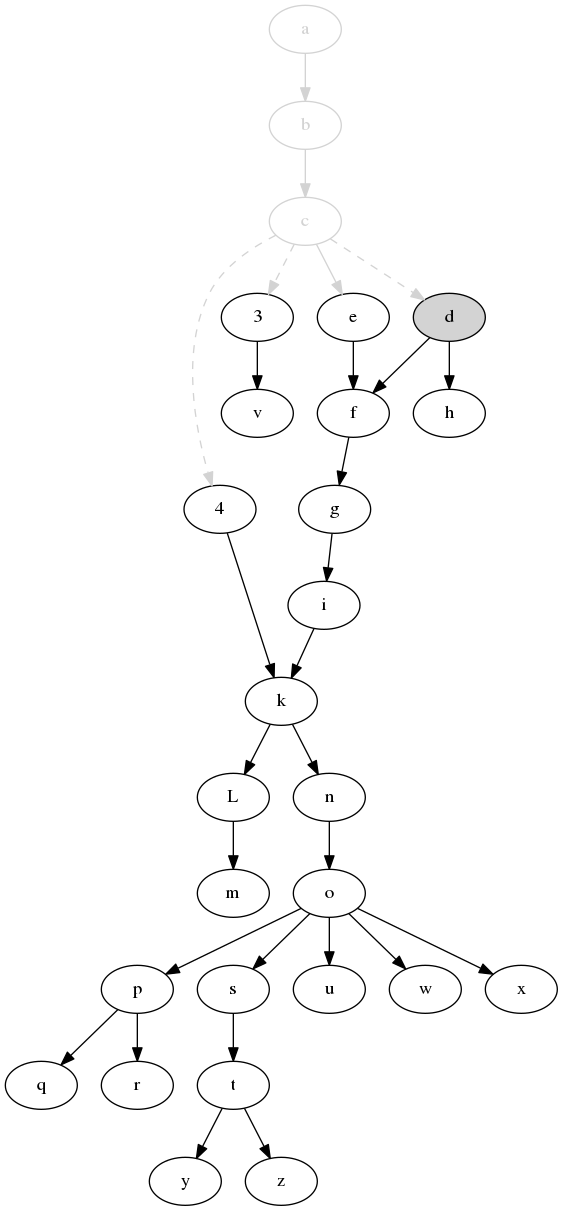
Above: svm-startup-deps.png in jdmpapin/svm-startup-deps (Graphviz), before the change. Its source is kept beside it as svm-startup-deps.dot.
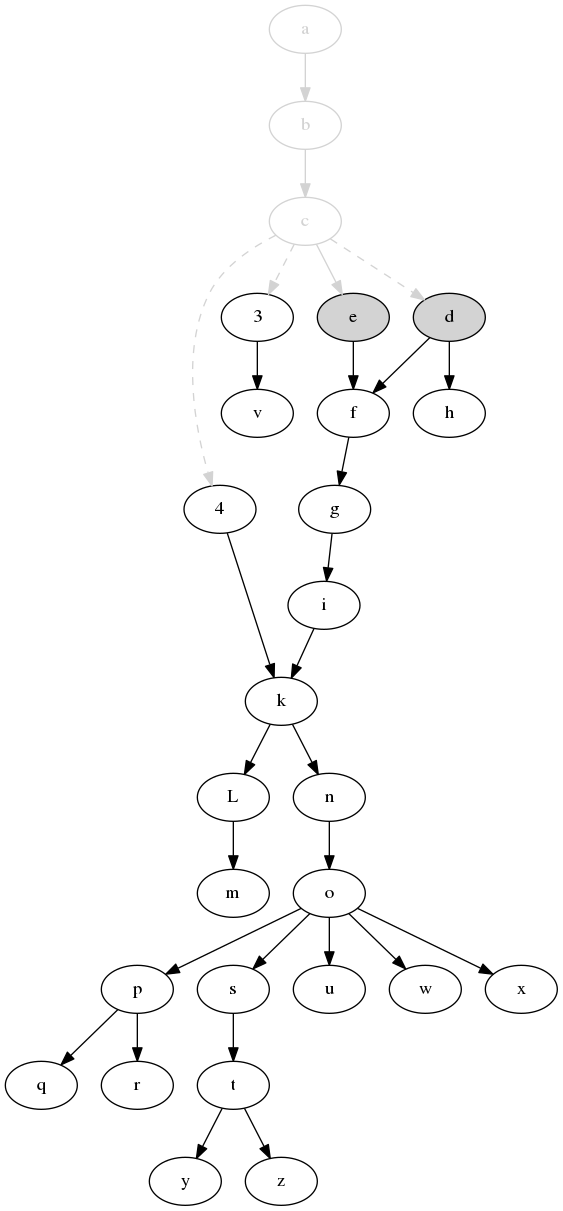
Later version of the same file.

The edit, as a diff of the source:
```diff
@@ -5,7 +5,7 @@
     b [color=lightgrey,fontcolor=lightgrey];
     c [color=lightgrey,fontcolor=lightgrey];
     d [style=filled,fillcolor=lightgrey];
-    e;
+    e [style=filled,fillcolor=lightgrey];
     f;
     g;
     h;
```
